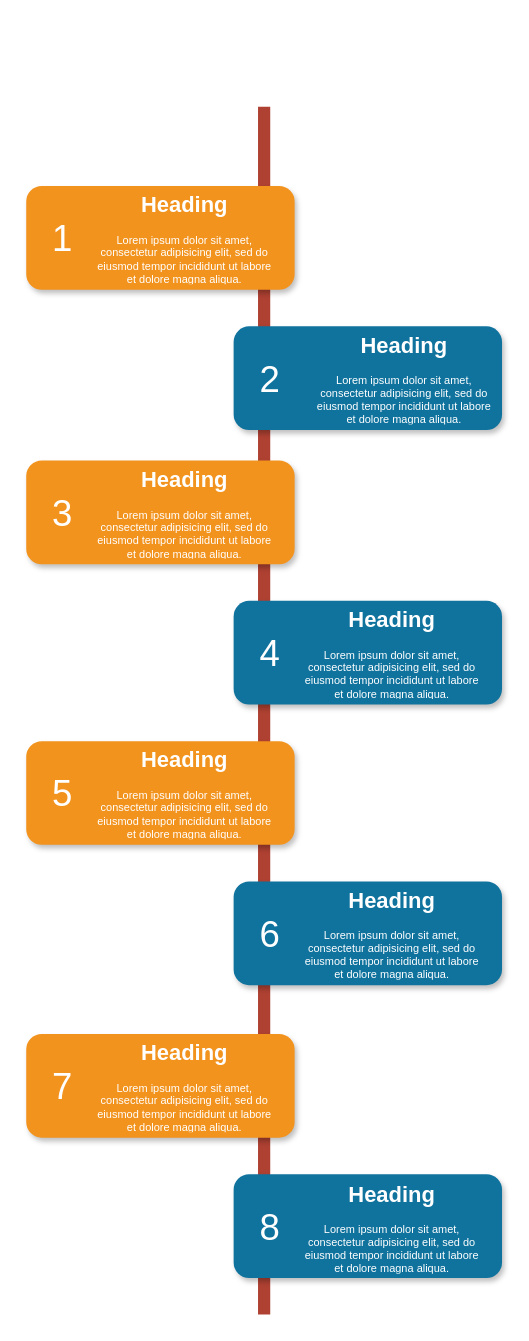
Above: Untitled Diagram.drawio in yangyutf/cicd_demo (draw.io), before the change. Source tidied: cells renumbered, new cells numbered last; positions are measured from the earlier drawing's top-left corner, leaving out a move shared by most shapes. Both pictures are drawn from the tidied source at 122%, with x=0, y=0 at pixel (26, 106).
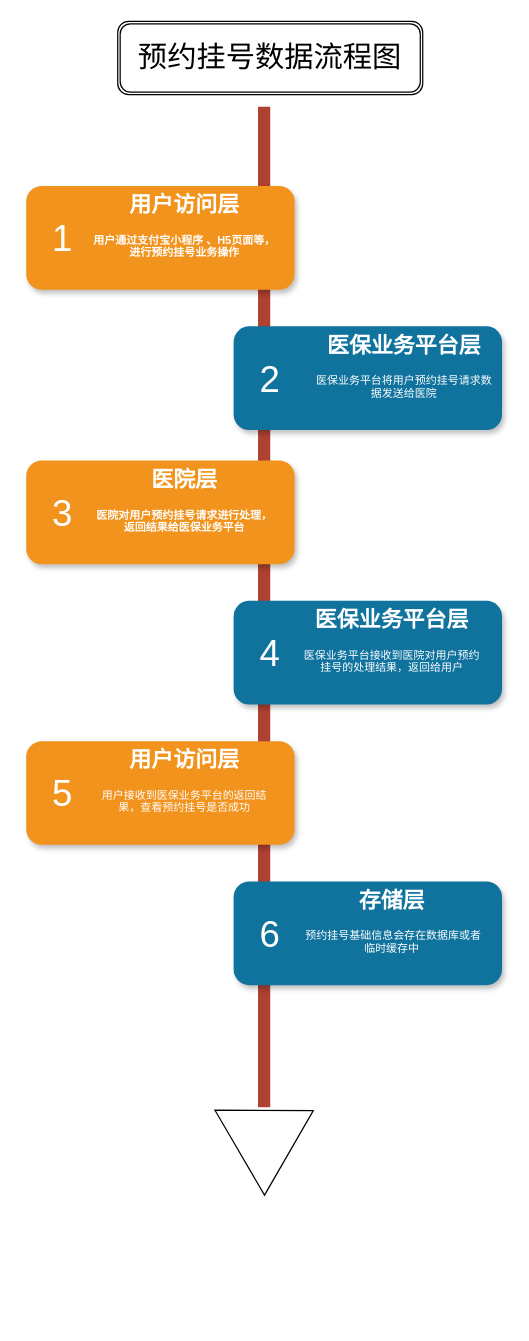
Above is the later version.

What changed in the source:
```diff
@@
     <mxCell id="2" style="line;strokeWidth=10;direction=south;html=1;fillColor=none;fontSize=13;fontColor=#000000;align=center;strokeColor=#AE4132;" parent="1" vertex="1">
-      <mxGeometry x="190" width="10" height="990" as="geometry" />
+      <mxGeometry x="190" width="10" height="820" as="geometry" />
     </mxCell>
@@
-    <mxCell id="15" style="rounded=1;whiteSpace=wrap;html=1;strokeColor=none;strokeWidth=1;fillColor=#F2931E;fontSize=13;fontColor=#FFFFFF;align=center;gradientColor=none;gradientDirection=east;verticalAlign=top;shadow=1;" parent="1" vertex="1">
-      <mxGeometry y="760" width="220" height="85" as="geometry" />
-    </mxCell>
@@
-    <mxCell id="17" style="rounded=1;whiteSpace=wrap;html=1;strokeColor=none;strokeWidth=1;fillColor=#10739E;fontSize=13;fontColor=#FFFFFF;align=center;gradientColor=none;gradientDirection=east;verticalAlign=top;shadow=1;" parent="1" vertex="1">
-      <mxGeometry x="170" y="875" width="220" height="85" as="geometry" />
-    </mxCell>
-    <mxCell id="18" value="8" style="text;html=1;strokeColor=none;fillColor=none;align=center;verticalAlign=middle;whiteSpace=wrap;fontSize=30;fontColor=#FFFFFF;" parent="1" vertex="1">
-      <mxGeometry x="180" y="908" width="40" height="20" as="geometry" />
-    </mxCell>
-    <mxCell id="19" value="&lt;h1&gt;Heading&lt;/h1&gt;&lt;p&gt;Lorem ipsum dolor sit amet, consectetur adipisicing elit, sed do eiusmod tempor incididunt ut labore et dolore magna aliqua.&lt;/p&gt;" style="text;html=1;spacing=5;spacingTop=-20;whiteSpace=wrap;overflow=hidden;strokeColor=none;strokeWidth=4;fillColor=none;gradientColor=#007FFF;fontSize=9;fontColor=#FFFFFF;align=center;" parent="1" vertex="1">
+    <mxCell id="19" value="&lt;h1&gt;用户访问层&lt;/h1&gt;&lt;p&gt;&lt;span&gt;用户通过支付宝小程序 、H5页面等，进行预约挂号业务操作&lt;/span&gt;&lt;/p&gt;" style="text;html=1;spacing=5;spacingTop=-20;whiteSpace=wrap;overflow=hidden;strokeColor=none;strokeWidth=4;fillColor=none;gradientColor=#007FFF;fontSize=9;fontColor=#FFFFFF;align=center;fontStyle=1;" parent="1" vertex="1">
       <mxGeometry x="50" y="69" width="160" height="77" as="geometry" />
     </mxCell>
-    <mxCell id="20" value="&lt;h1&gt;Heading&lt;/h1&gt;&lt;p&gt;Lorem ipsum dolor sit amet, consectetur adipisicing elit, sed do eiusmod tempor incididunt ut labore et dolore magna aliqua.&lt;/p&gt;" style="text;html=1;spacing=5;spacingTop=-20;whiteSpace=wrap;overflow=hidden;strokeColor=none;strokeWidth=4;fillColor=none;gradientColor=#007FFF;fontSize=9;fontColor=#FFFFFF;align=center;" parent="1" vertex="1">
+    <mxCell id="20" value="&lt;h1&gt;医保业务平台层&lt;/h1&gt;&lt;h1&gt;&lt;p style=&quot;font-size: 9px ; font-weight: 400&quot;&gt;医保业务平台将用户预约挂号请求数据发送给医院&lt;/p&gt;&lt;/h1&gt;" style="text;html=1;spacing=5;spacingTop=-20;whiteSpace=wrap;overflow=hidden;strokeColor=none;strokeWidth=4;fillColor=none;gradientColor=#007FFF;fontSize=9;fontColor=#FFFFFF;align=center;" parent="1" vertex="1">
       <mxGeometry x="230" y="184" width="160" height="77" as="geometry" />
     </mxCell>
-    <mxCell id="21" value="&lt;h1&gt;Heading&lt;/h1&gt;&lt;p&gt;Lorem ipsum dolor sit amet, consectetur adipisicing elit, sed do eiusmod tempor incididunt ut labore et dolore magna aliqua.&lt;/p&gt;" style="text;html=1;spacing=5;spacingTop=-20;whiteSpace=wrap;overflow=hidden;strokeColor=none;strokeWidth=4;fillColor=none;gradientColor=#007FFF;fontSize=9;fontColor=#FFFFFF;align=center;" parent="1" vertex="1">
+    <mxCell id="21" value="&lt;h1&gt;医院层&lt;/h1&gt;&lt;h1&gt;&lt;div style=&quot;font-size: 9px&quot;&gt;医院对用户预约挂号请求进行处理，返回结果给医保业务平台&lt;/div&gt;&lt;/h1&gt;" style="text;html=1;spacing=5;spacingTop=-20;whiteSpace=wrap;overflow=hidden;strokeColor=none;strokeWidth=4;fillColor=none;gradientColor=#007FFF;fontSize=9;fontColor=#FFFFFF;align=center;" parent="1" vertex="1">
       <mxGeometry x="50" y="294" width="160" height="77" as="geometry" />
     </mxCell>
-    <mxCell id="22" value="&lt;h1&gt;Heading&lt;/h1&gt;&lt;p&gt;Lorem ipsum dolor sit amet, consectetur adipisicing elit, sed do eiusmod tempor incididunt ut labore et dolore magna aliqua.&lt;/p&gt;" style="text;html=1;spacing=5;spacingTop=-20;whiteSpace=wrap;overflow=hidden;strokeColor=none;strokeWidth=4;fillColor=none;gradientColor=#007FFF;fontSize=9;fontColor=#FFFFFF;align=center;" parent="1" vertex="1">
+    <mxCell id="22" value="&lt;h1&gt;医保业务平台层&lt;/h1&gt;&lt;h1&gt;&lt;p style=&quot;font-size: 9px ; font-weight: 400&quot;&gt;医保业务平台接收到医院对用户预约挂号的处理结果，返回给用户&lt;/p&gt;&lt;/h1&gt;" style="text;html=1;spacing=5;spacingTop=-20;whiteSpace=wrap;overflow=hidden;strokeColor=none;strokeWidth=4;fillColor=none;gradientColor=#007FFF;fontSize=9;fontColor=#FFFFFF;align=center;" parent="1" vertex="1">
       <mxGeometry x="220" y="409" width="160" height="77" as="geometry" />
     </mxCell>
-    <mxCell id="23" value="&lt;h1&gt;Heading&lt;/h1&gt;&lt;p&gt;Lorem ipsum dolor sit amet, consectetur adipisicing elit, sed do eiusmod tempor incididunt ut labore et dolore magna aliqua.&lt;/p&gt;" style="text;html=1;spacing=5;spacingTop=-20;whiteSpace=wrap;overflow=hidden;strokeColor=none;strokeWidth=4;fillColor=none;gradientColor=#007FFF;fontSize=9;fontColor=#FFFFFF;align=center;" parent="1" vertex="1">
+    <mxCell id="23" value="&lt;h1&gt;用户访问层&lt;/h1&gt;&lt;h1&gt;&lt;div style=&quot;font-size: 9px ; font-weight: 400&quot;&gt;用户接收到医保业务平台的返回结果，查看预约挂号是否成功&lt;/div&gt;&lt;/h1&gt;" style="text;html=1;spacing=5;spacingTop=-20;whiteSpace=wrap;overflow=hidden;strokeColor=none;strokeWidth=4;fillColor=none;gradientColor=#007FFF;fontSize=9;fontColor=#FFFFFF;align=center;" parent="1" vertex="1">
       <mxGeometry x="50" y="524" width="160" height="77" as="geometry" />
     </mxCell>
-    <mxCell id="24" value="&lt;h1&gt;Heading&lt;/h1&gt;&lt;p&gt;Lorem ipsum dolor sit amet, consectetur adipisicing elit, sed do eiusmod tempor incididunt ut labore et dolore magna aliqua.&lt;/p&gt;" style="text;html=1;spacing=5;spacingTop=-20;whiteSpace=wrap;overflow=hidden;strokeColor=none;strokeWidth=4;fillColor=none;gradientColor=#007FFF;fontSize=9;fontColor=#FFFFFF;align=center;" parent="1" vertex="1">
+    <mxCell id="24" value="&lt;h1&gt;存储层&lt;/h1&gt;&lt;h1&gt;&lt;p style=&quot;font-size: 9px ; font-weight: 400&quot;&gt;&amp;nbsp;预约挂号基础信息会存在数据库或者临时缓存中&lt;/p&gt;&lt;/h1&gt;" style="text;html=1;spacing=5;spacingTop=-20;whiteSpace=wrap;overflow=hidden;strokeColor=none;strokeWidth=4;fillColor=none;gradientColor=#007FFF;fontSize=9;fontColor=#FFFFFF;align=center;" parent="1" vertex="1">
       <mxGeometry x="220" y="639" width="160" height="77" as="geometry" />
     </mxCell>
-    <mxCell id="25" value="&lt;h1&gt;Heading&lt;/h1&gt;&lt;p&gt;Lorem ipsum dolor sit amet, consectetur adipisicing elit, sed do eiusmod tempor incididunt ut labore et dolore magna aliqua.&lt;/p&gt;" style="text;html=1;spacing=5;spacingTop=-20;whiteSpace=wrap;overflow=hidden;strokeColor=none;strokeWidth=4;fillColor=none;gradientColor=#007FFF;fontSize=9;fontColor=#FFFFFF;align=center;" parent="1" vertex="1">
-      <mxGeometry x="50" y="764" width="160" height="77" as="geometry" />
-    </mxCell>
-    <mxCell id="26" value="&lt;h1&gt;Heading&lt;/h1&gt;&lt;p&gt;Lorem ipsum dolor sit amet, consectetur adipisicing elit, sed do eiusmod tempor incididunt ut labore et dolore magna aliqua.&lt;/p&gt;" style="text;html=1;spacing=5;spacingTop=-20;whiteSpace=wrap;overflow=hidden;strokeColor=none;strokeWidth=4;fillColor=none;gradientColor=#007FFF;fontSize=9;fontColor=#FFFFFF;align=center;" parent="1" vertex="1">
-      <mxGeometry x="220" y="880" width="160" height="77" as="geometry" />
-    </mxCell>
+    <mxCell id="27" value="&lt;span&gt;预约挂号数据流程图&lt;/span&gt;" style="shape=ext;double=1;rounded=1;whiteSpace=wrap;html=1;fontSize=24;" parent="1" vertex="1">
+      <mxGeometry x="75" y="-70" width="250" height="60" as="geometry" />
+    </mxCell>
+    <mxCell id="28" style="triangle;whiteSpace=wrap;html=1;fontSize=24;rotation=-150;" parent="1" vertex="1">
+      <mxGeometry x="150" y="800" width="70" height="80" as="geometry" />
+    </mxCell>
```
